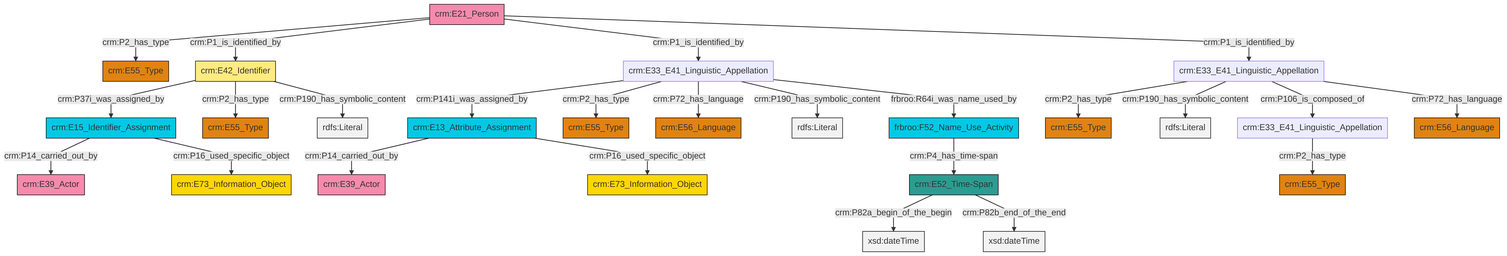
swiss-art-research-net/reference-data-models keeps this Mermaid diagram as et/personCSV/ttl/mmd/png/Person_Names_and_Classification.png. Above is the earlier version. Its source is kept beside it as et/personCSV/ttl/mmd/Person_Names_and_Classification.ttl.mmd.
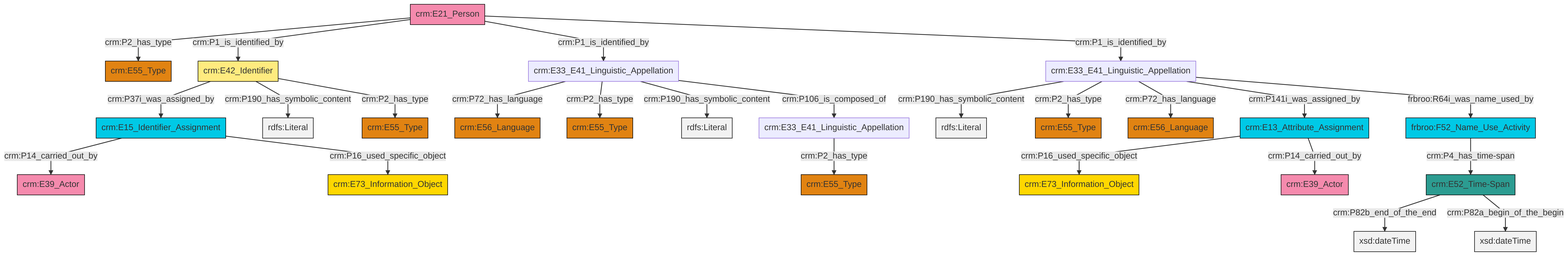
Above is the later version.

Change to the diagram source:
```diff
@@ -13,27 +13,27 @@
 classDef PC_Classes fill:#4ce600, stroke:#000000;
 classDef Multi fill:#cccccc,stroke:#000000;
 
-0["crm:E33_E41_Linguistic_Appellation"]:::Default -->|crm:P2_has_type| 1["crm:E55_Type"]:::Type
-4["crm:E33_E41_Linguistic_Appellation"]:::Default -->|crm:P141i_was_assigned_by| 5["crm:E13_Attribute_Assignment"]:::Temporal_Entity
-6["crm:E21_Person"]:::Actor -->|crm:P2_has_type| 7["crm:E55_Type"]:::Type
-8["crm:E42_Identifier"]:::Appellation -->|crm:P37i_was_assigned_by| 9["crm:E15_Identifier_Assignment"]:::Temporal_Entity
-0["crm:E33_E41_Linguistic_Appellation"]:::Default -->|crm:P190_has_symbolic_content| 19[rdfs:Literal]:::Literal
-6["crm:E21_Person"]:::Actor -->|crm:P1_is_identified_by| 8["crm:E42_Identifier"]:::Appellation
-5["crm:E13_Attribute_Assignment"]:::Temporal_Entity -->|crm:P14_carried_out_by| 21["crm:E39_Actor"]:::Actor
-9["crm:E15_Identifier_Assignment"]:::Temporal_Entity -->|crm:P14_carried_out_by| 22["crm:E39_Actor"]:::Actor
-8["crm:E42_Identifier"]:::Appellation -->|crm:P2_has_type| 24["crm:E55_Type"]:::Type
-6["crm:E21_Person"]:::Actor -->|crm:P1_is_identified_by| 4["crm:E33_E41_Linguistic_Appellation"]:::Default
-4["crm:E33_E41_Linguistic_Appellation"]:::Default -->|crm:P2_has_type| 30["crm:E55_Type"]:::Type
-35["crm:E52_Time-Span"]:::Time-Span -->|crm:P82a_begin_of_the_begin| 36[xsd:dateTime]:::Literal
-0["crm:E33_E41_Linguistic_Appellation"]:::Default -->|crm:P106_is_composed_of| 2["crm:E33_E41_Linguistic_Appellation"]:::Default
-8["crm:E42_Identifier"]:::Appellation -->|crm:P190_has_symbolic_content| 41[rdfs:Literal]:::Literal
-9["crm:E15_Identifier_Assignment"]:::Temporal_Entity -->|crm:P16_used_specific_object| 33["crm:E73_Information_Object"]:::Conceptual_Object
-4["crm:E33_E41_Linguistic_Appellation"]:::Default -->|crm:P72_has_language| 28["crm:E56_Language"]:::Type
-0["crm:E33_E41_Linguistic_Appellation"]:::Default -->|crm:P72_has_language| 15["crm:E56_Language"]:::Type
-4["crm:E33_E41_Linguistic_Appellation"]:::Default -->|crm:P190_has_symbolic_content| 43[rdfs:Literal]:::Literal
-35["crm:E52_Time-Span"]:::Time-Span -->|crm:P82b_end_of_the_end| 44[xsd:dateTime]:::Literal
-17["frbroo:F52_Name_Use_Activity"]:::Temporal_Entity -->|crm:P4_has_time-span| 35["crm:E52_Time-Span"]:::Time-Span
-5["crm:E13_Attribute_Assignment"]:::Temporal_Entity -->|crm:P16_used_specific_object| 25["crm:E73_Information_Object"]:::Conceptual_Object
-4["crm:E33_E41_Linguistic_Appellation"]:::Default -->|frbroo:R64i_was_name_used_by| 17["frbroo:F52_Name_Use_Activity"]:::Temporal_Entity
-6["crm:E21_Person"]:::Actor -->|crm:P1_is_identified_by| 0["crm:E33_E41_Linguistic_Appellation"]:::Default
-2["crm:E33_E41_Linguistic_Appellation"]:::Default -->|crm:P2_has_type| 31["crm:E55_Type"]:::Type
+2["crm:E21_Person"]:::Actor -->|crm:P2_has_type| 3["crm:E55_Type"]:::Type
+8["crm:E33_E41_Linguistic_Appellation"]:::Default -->|crm:P72_has_language| 9["crm:E56_Language"]:::Type
+12["frbroo:F52_Name_Use_Activity"]:::Temporal_Entity -->|crm:P4_has_time-span| 6["crm:E52_Time-Span"]:::Time-Span
+15["crm:E13_Attribute_Assignment"]:::Temporal_Entity -->|crm:P16_used_specific_object| 16["crm:E73_Information_Object"]:::Conceptual_Object
+8["crm:E33_E41_Linguistic_Appellation"]:::Default -->|crm:P2_has_type| 24["crm:E55_Type"]:::Type
+0["crm:E42_Identifier"]:::Appellation -->|crm:P37i_was_assigned_by| 25["crm:E15_Identifier_Assignment"]:::Temporal_Entity
+26["crm:E33_E41_Linguistic_Appellation"]:::Default -->|crm:P190_has_symbolic_content| 27[rdfs:Literal]:::Literal
+26["crm:E33_E41_Linguistic_Appellation"]:::Default -->|crm:P2_has_type| 17["crm:E55_Type"]:::Type
+25["crm:E15_Identifier_Assignment"]:::Temporal_Entity -->|crm:P14_carried_out_by| 13["crm:E39_Actor"]:::Actor
+0["crm:E42_Identifier"]:::Appellation -->|crm:P190_has_symbolic_content| 28[rdfs:Literal]:::Literal
+6["crm:E52_Time-Span"]:::Time-Span -->|crm:P82b_end_of_the_end| 30[xsd:dateTime]:::Literal
+2["crm:E21_Person"]:::Actor -->|crm:P1_is_identified_by| 0["crm:E42_Identifier"]:::Appellation
+26["crm:E33_E41_Linguistic_Appellation"]:::Default -->|crm:P72_has_language| 10["crm:E56_Language"]:::Type
+25["crm:E15_Identifier_Assignment"]:::Temporal_Entity -->|crm:P16_used_specific_object| 32["crm:E73_Information_Object"]:::Conceptual_Object
+2["crm:E21_Person"]:::Actor -->|crm:P1_is_identified_by| 8["crm:E33_E41_Linguistic_Appellation"]:::Default
+26["crm:E33_E41_Linguistic_Appellation"]:::Default -->|crm:P141i_was_assigned_by| 15["crm:E13_Attribute_Assignment"]:::Temporal_Entity
+19["crm:E33_E41_Linguistic_Appellation"]:::Default -->|crm:P2_has_type| 22["crm:E55_Type"]:::Type
+0["crm:E42_Identifier"]:::Appellation -->|crm:P2_has_type| 4["crm:E55_Type"]:::Type
+8["crm:E33_E41_Linguistic_Appellation"]:::Default -->|crm:P190_has_symbolic_content| 35[rdfs:Literal]:::Literal
+8["crm:E33_E41_Linguistic_Appellation"]:::Default -->|crm:P106_is_composed_of| 19["crm:E33_E41_Linguistic_Appellation"]:::Default
+2["crm:E21_Person"]:::Actor -->|crm:P1_is_identified_by| 26["crm:E33_E41_Linguistic_Appellation"]:::Default
+15["crm:E13_Attribute_Assignment"]:::Temporal_Entity -->|crm:P14_carried_out_by| 37["crm:E39_Actor"]:::Actor
+6["crm:E52_Time-Span"]:::Time-Span -->|crm:P82a_begin_of_the_begin| 39[xsd:dateTime]:::Literal
+26["crm:E33_E41_Linguistic_Appellation"]:::Default -->|frbroo:R64i_was_name_used_by| 12["frbroo:F52_Name_Use_Activity"]:::Temporal_Entity
```
